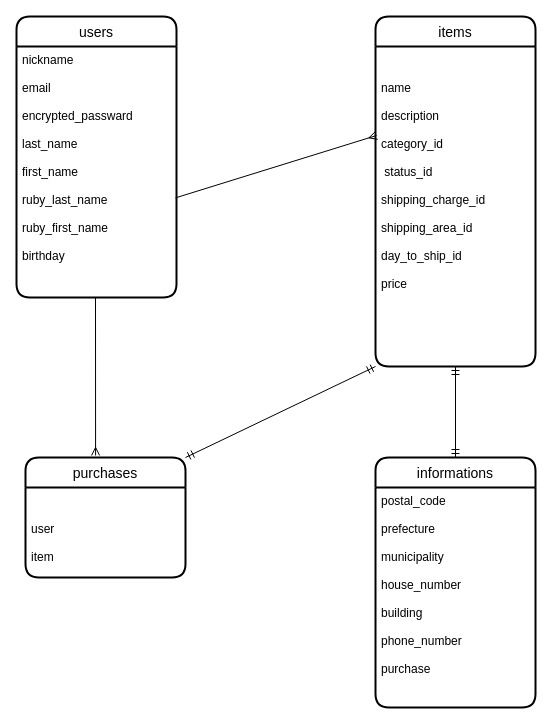
Earlier version of the draw.io diagram furima.dio (jo070419/furima-35864). Source tidied: cells renumbered, new cells numbered last; positions are measured from the earlier drawing's top-left corner, leaving out a move shared by most shapes. Both pictures are drawn from the tidied source at 100%, with x=0, y=0 at pixel (16, 16).
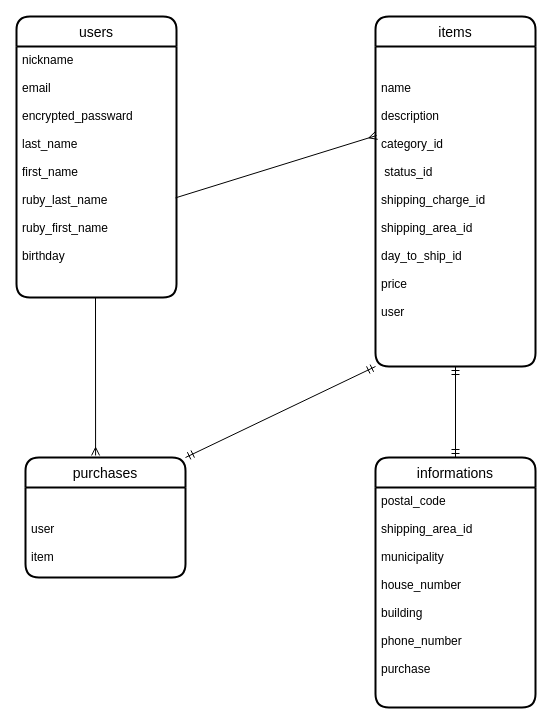
Above is the later version.

Change to the diagram source:
```diff
@@
 <mxGraphModel>
   <root>
     <mxCell id="0" />
     <mxCell id="1" parent="0" />
     <mxCell id="2" value="users" style="swimlane;horizontal=1;startSize=30;rounded=1;fontSize=14;fontStyle=0;strokeWidth=2;shadow=0;dashed=0;align=center;" parent="1" vertex="1">
       <mxGeometry width="160" height="281" as="geometry" />
     </mxCell>
     <mxCell id="3" value="nickname&#10;&#10;email&#10;&#10;encrypted_passward&#10;&#10;last_name&#10;&#10;first_name&#10;&#10;ruby_last_name&#10;&#10;ruby_first_name&#10;&#10;birthday&#10;&#10;&#10;" style="align=left;strokeColor=none;fillColor=none;spacingLeft=4;fontSize=12;verticalAlign=top;" parent="2" vertex="1">
       <mxGeometry y="30" width="160" height="251" as="geometry" />
     </mxCell>
     <mxCell id="4" value="items" style="swimlane;horizontal=1;startSize=30;rounded=1;fontSize=14;fontStyle=0;strokeWidth=2;shadow=0;dashed=0;align=center;" parent="1" vertex="1">
       <mxGeometry x="359" width="160" height="350" as="geometry" />
     </mxCell>
-    <mxCell id="5" value="&#10;&#10;name&#10;&#10;description&#10;&#10;category_id&#10;&#10; status_id&#10;&#10;shipping_charge_id&#10;&#10;shipping_area_id&#10;&#10;day_to_ship_id&#10;&#10;price" style="align=left;strokeColor=none;fillColor=none;spacingLeft=4;fontSize=12;verticalAlign=top;" parent="4" vertex="1">
+    <mxCell id="5" value="&#10;&#10;name&#10;&#10;description&#10;&#10;category_id&#10;&#10; status_id&#10;&#10;shipping_charge_id&#10;&#10;shipping_area_id&#10;&#10;day_to_ship_id&#10;&#10;price&#10;&#10;user" style="align=left;strokeColor=none;fillColor=none;spacingLeft=4;fontSize=12;verticalAlign=top;" parent="4" vertex="1">
       <mxGeometry y="30" width="160" height="320" as="geometry" />
     </mxCell>
     <mxCell id="6" value="purchases" style="swimlane;horizontal=1;startSize=30;rounded=1;fontSize=14;fontStyle=0;strokeWidth=2;shadow=0;dashed=0;align=center;" parent="1" vertex="1">
       <mxGeometry x="9" y="441" width="160" height="120" as="geometry" />
     </mxCell>
     <mxCell id="7" value="&#10;&#10;user&#10;&#10;item&#10;" style="align=left;strokeColor=none;fillColor=none;spacingLeft=4;fontSize=12;verticalAlign=top;" parent="6" vertex="1">
       <mxGeometry y="30" width="160" height="90" as="geometry" />
     </mxCell>
     <mxCell id="8" value="informations" style="swimlane;horizontal=1;startSize=30;rounded=1;fontSize=14;fontStyle=0;strokeWidth=2;shadow=0;dashed=0;align=center;" parent="1" vertex="1">
       <mxGeometry x="359" y="441" width="160" height="250" as="geometry" />
     </mxCell>
-    <mxCell id="9" value="postal_code&#10;&#10;prefecture&#10;&#10;municipality&#10;&#10;house_number&#10;&#10;building&#10;&#10;phone_number&#10;&#10;purchase" style="align=left;strokeColor=none;fillColor=none;spacingLeft=4;fontSize=12;verticalAlign=top;" parent="8" vertex="1">
+    <mxCell id="9" value="postal_code&#10;&#10;shipping_area_id&#10;&#10;municipality&#10;&#10;house_number&#10;&#10;building&#10;&#10;phone_number&#10;&#10;purchase" style="align=left;strokeColor=none;fillColor=none;spacingLeft=4;fontSize=12;verticalAlign=top;" parent="8" vertex="1">
       <mxGeometry y="30" width="160" height="220" as="geometry" />
     </mxCell>
     <mxCell id="10" style="fontSize=12;html=1;endArrow=ERmany;exitX=0.994;exitY=0.603;exitDx=0;exitDy=0;exitPerimeter=0;" parent="1" edge="1" source="3">
       <mxGeometry relative="1" as="geometry">
         <mxPoint x="360" y="119" as="targetPoint" />
       </mxGeometry>
     </mxCell>
     <mxCell id="11" style="fontSize=12;html=1;endArrow=ERmandOne;startArrow=ERmandOne;entryX=0.5;entryY=1;entryDx=0;entryDy=0;exitX=0.5;exitY=0;exitDx=0;exitDy=0;" parent="1" edge="1" source="8" target="5">
       <mxGeometry relative="1" as="geometry" />
     </mxCell>
     <mxCell id="12" style="fontSize=12;html=1;endArrow=ERmandOne;startArrow=ERmandOne;entryX=0;entryY=1;entryDx=0;entryDy=0;" parent="1" edge="1" target="5">
       <mxGeometry relative="1" as="geometry">
         <mxPoint x="169" y="441" as="sourcePoint" />
       </mxGeometry>
     </mxCell>
     <mxCell id="13" style="fontSize=12;html=1;endArrow=ERmany;entryX=0.438;entryY=-0.017;entryDx=0;entryDy=0;entryPerimeter=0;" parent="1" edge="1" target="6">
       <mxGeometry relative="1" as="geometry">
         <mxPoint x="79" y="281" as="sourcePoint" />
       </mxGeometry>
     </mxCell>
   </root>
 </mxGraphModel>
```
